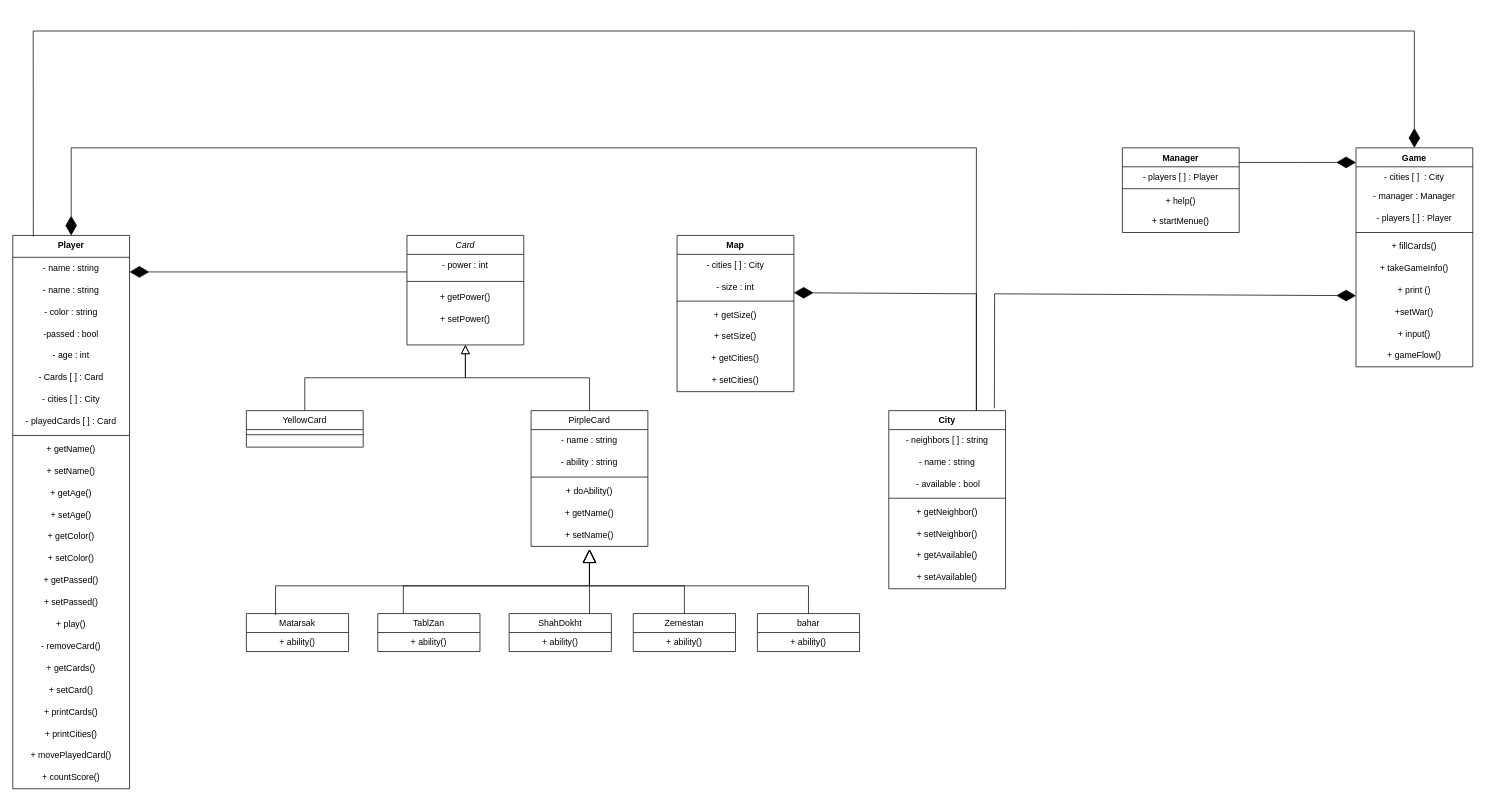
Before: first_part.drawio in Mehrdad386/Rakab, a draw.io diagram. Source tidied: cells renumbered, new cells numbered last; positions are measured from the earlier drawing's top-left corner, leaving out a move shared by most shapes. Both pictures are drawn from the tidied source at 73%, with x=0, y=0 at pixel (12, 31).
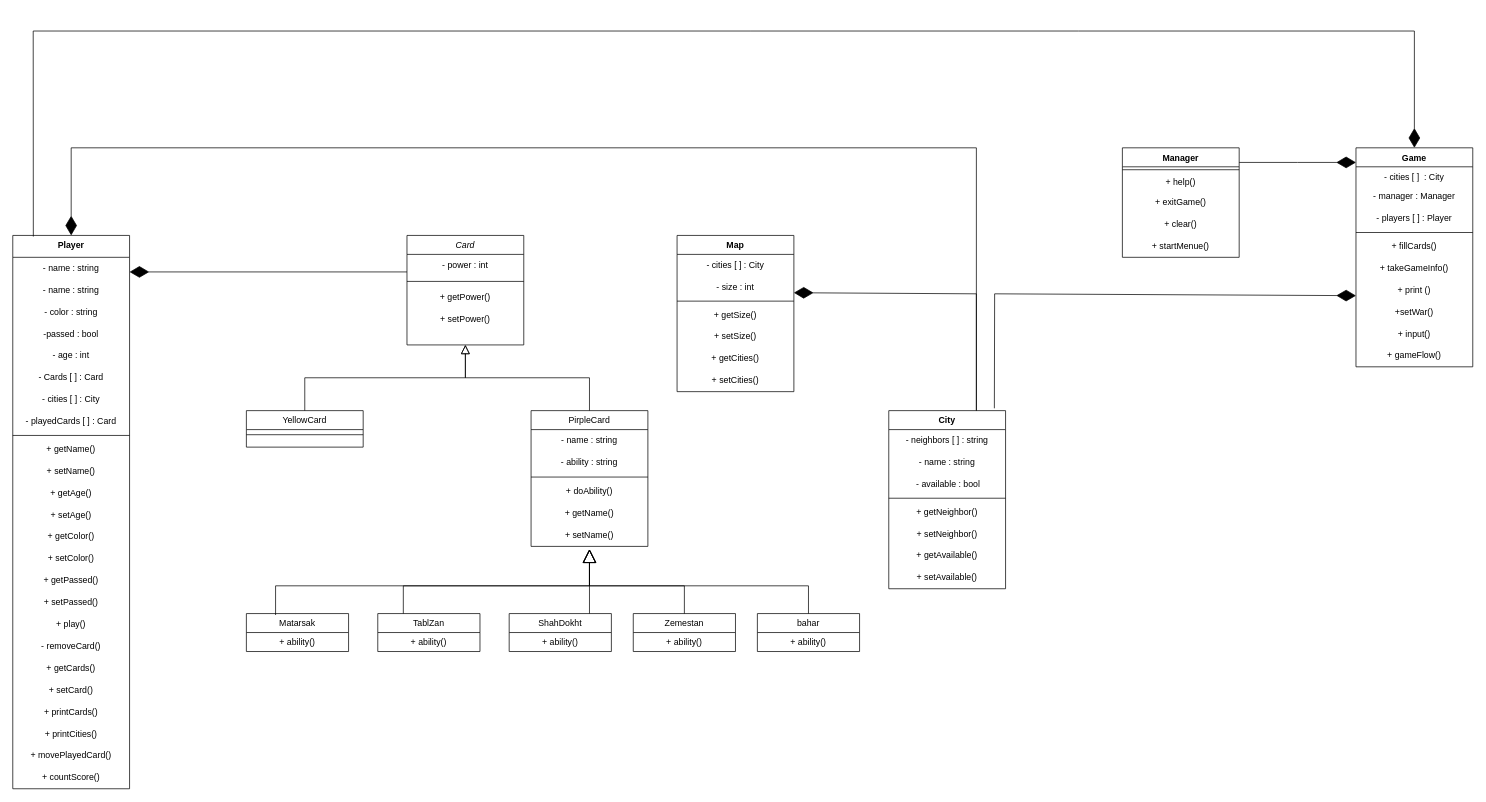
The same page after the edit.

Commit message:
manager diagram editted

What changed in the source:
```diff
@@
     <mxCell id="79" value="Manager" style="swimlane;fontStyle=1;align=center;verticalAlign=top;horizontal=1;startSize=26;whiteSpace=wrap;html=1;" parent="1" vertex="1">
-      <mxGeometry x="1520" y="160" width="160" height="116" as="geometry" />
+      <mxGeometry x="1520" y="160" width="160" height="150" as="geometry" />
     </mxCell>
-    <mxCell id="80" value="- players [ ] : Player" style="text;strokeColor=none;fillColor=none;align=center;verticalAlign=top;spacingLeft=4;spacingRight=4;overflow=hidden;whiteSpace=wrap;html=1;" parent="79" vertex="1">
-      <mxGeometry y="26" width="160" height="26" as="geometry" />
-    </mxCell>
     <mxCell id="81" style="line;strokeWidth=1;fillColor=none;align=left;verticalAlign=middle;spacingTop=-1;spacingLeft=3;spacingRight=3;labelPosition=right;strokeColor=inherit;" parent="79" vertex="1">
-      <mxGeometry y="52" width="160" height="8" as="geometry" />
+      <mxGeometry y="26" width="160" height="8" as="geometry" />
     </mxCell>
     <mxCell id="82" value="+ help()" style="text;strokeColor=none;fillColor=none;align=center;verticalAlign=top;spacingLeft=4;spacingRight=4;overflow=hidden;whiteSpace=wrap;html=1;" parent="79" vertex="1">
-      <mxGeometry y="60" width="160" height="26" as="geometry" />
+      <mxGeometry y="34" width="160" height="26" as="geometry" />
     </mxCell>
+    <mxCell id="98" value="+ exitGame()" style="text;strokeColor=none;align=center;fillColor=none;html=1;verticalAlign=middle;whiteSpace=wrap;rounded=0;" parent="79" vertex="1">
+      <mxGeometry y="60" width="160" height="30" as="geometry" />
+    </mxCell>
+    <mxCell id="99" value="+ clear()" style="text;strokeColor=none;align=center;fillColor=none;html=1;verticalAlign=middle;whiteSpace=wrap;rounded=0;" parent="79" vertex="1">
+      <mxGeometry y="90" width="160" height="30" as="geometry" />
+    </mxCell>
     <mxCell id="83" value="+ startMenue()" style="text;strokeColor=none;align=center;fillColor=none;html=1;verticalAlign=middle;whiteSpace=wrap;rounded=0;" parent="79" vertex="1">
-      <mxGeometry y="86" width="160" height="30" as="geometry" />
+      <mxGeometry y="120" width="160" height="30" as="geometry" />
     </mxCell>
```
